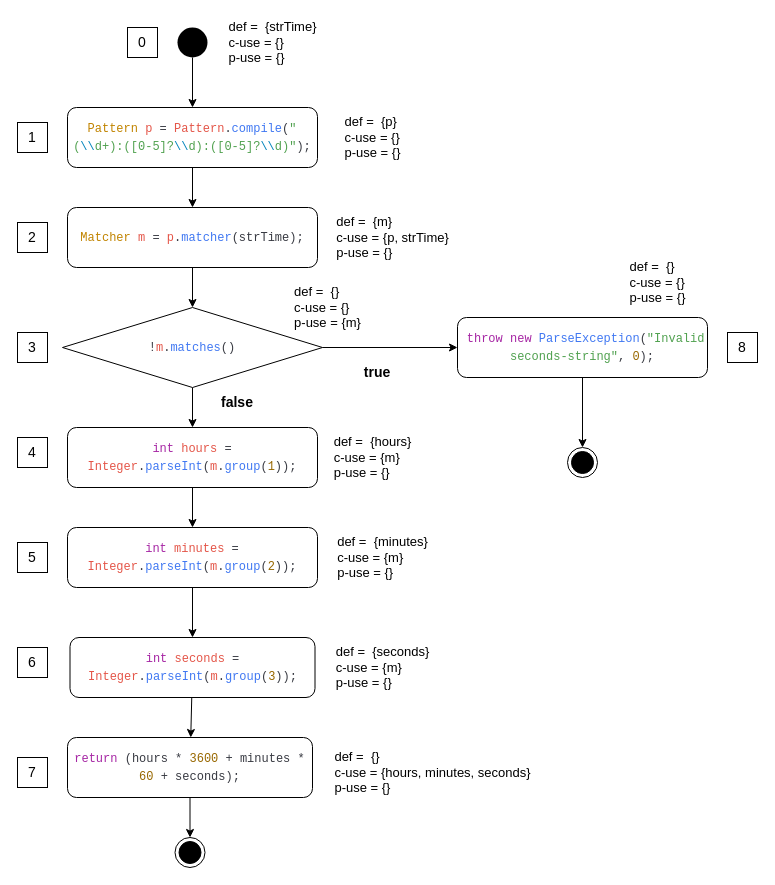
The draw.io diagram page "Page-1" (1 of 6) of docs/08_assignment/figures/parseSeconds.drawio in Jumaruba/jtimesched, before the edit. Source tidied: cells renumbered, new cells numbered last; positions are measured from the earlier drawing's top-left corner, leaving out a move shared by most shapes. Both pictures are drawn from the tidied source at 100%, with x=0, y=0 at pixel (17, 17).
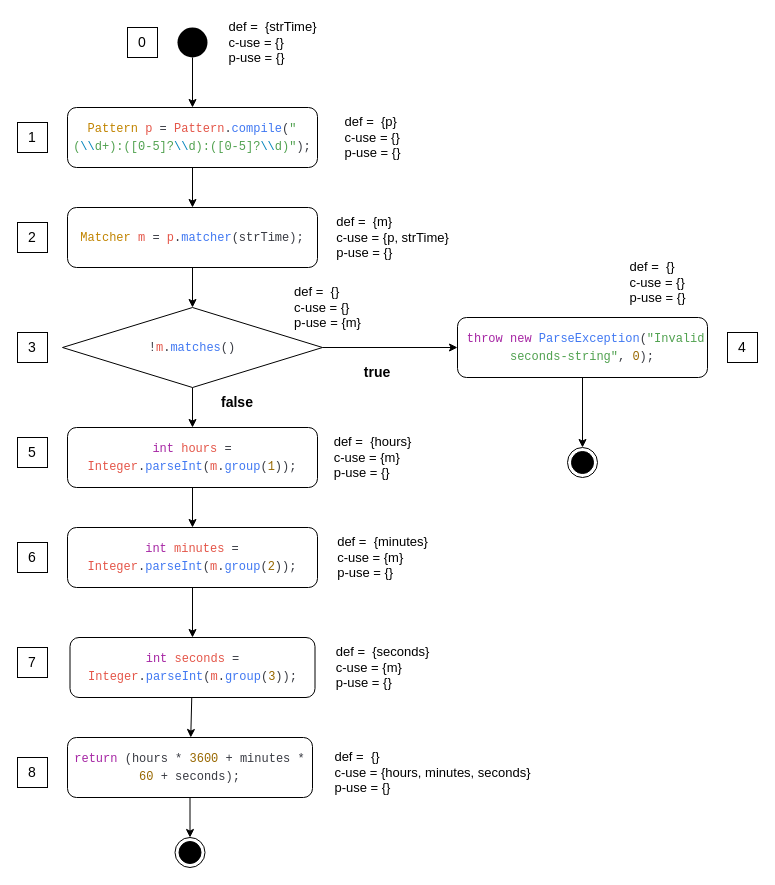
The same page after the edit.

Commit message (it also covers changes not shown here):
parseSeconds dataflow testing diagrams

Diff of the diagram source:
```diff
@@
-    <mxCell id="29" value="&lt;span style=&quot;font-size: 14px&quot;&gt;4&lt;/span&gt;" style="text;html=1;strokeColor=default;fillColor=none;align=center;verticalAlign=middle;whiteSpace=wrap;rounded=0;" parent="1" vertex="1">
+    <mxCell id="29" value="&lt;span style=&quot;font-size: 14px&quot;&gt;5&lt;/span&gt;" style="text;html=1;strokeColor=default;fillColor=none;align=center;verticalAlign=middle;whiteSpace=wrap;rounded=0;" parent="1" vertex="1">
       <mxGeometry y="420" width="30" height="30" as="geometry" />
     </mxCell>
-    <mxCell id="30" value="&lt;span style=&quot;font-size: 14px&quot;&gt;5&lt;/span&gt;" style="text;html=1;strokeColor=default;fillColor=none;align=center;verticalAlign=middle;whiteSpace=wrap;rounded=0;" parent="1" vertex="1">
+    <mxCell id="30" value="&lt;span style=&quot;font-size: 14px&quot;&gt;6&lt;/span&gt;" style="text;html=1;strokeColor=default;fillColor=none;align=center;verticalAlign=middle;whiteSpace=wrap;rounded=0;" parent="1" vertex="1">
       <mxGeometry y="525" width="30" height="30" as="geometry" />
     </mxCell>
-    <mxCell id="31" value="&lt;span style=&quot;font-size: 14px&quot;&gt;6&lt;/span&gt;" style="text;html=1;strokeColor=default;fillColor=none;align=center;verticalAlign=middle;whiteSpace=wrap;rounded=0;" parent="1" vertex="1">
+    <mxCell id="31" value="&lt;span style=&quot;font-size: 14px&quot;&gt;7&lt;/span&gt;" style="text;html=1;strokeColor=default;fillColor=none;align=center;verticalAlign=middle;whiteSpace=wrap;rounded=0;" parent="1" vertex="1">
       <mxGeometry y="630" width="30" height="30" as="geometry" />
     </mxCell>
-    <mxCell id="32" value="&lt;span style=&quot;font-size: 14px&quot;&gt;8&lt;/span&gt;" style="text;html=1;strokeColor=default;fillColor=none;align=center;verticalAlign=middle;whiteSpace=wrap;rounded=0;" parent="1" vertex="1">
+    <mxCell id="32" value="&lt;span style=&quot;font-size: 14px&quot;&gt;4&lt;/span&gt;" style="text;html=1;strokeColor=default;fillColor=none;align=center;verticalAlign=middle;whiteSpace=wrap;rounded=0;" parent="1" vertex="1">
       <mxGeometry x="710" y="315" width="30" height="30" as="geometry" />
     </mxCell>
@@
-    <mxCell id="42" value="&lt;span style=&quot;font-size: 14px&quot;&gt;7&lt;/span&gt;" style="text;html=1;strokeColor=default;fillColor=none;align=center;verticalAlign=middle;whiteSpace=wrap;rounded=0;" parent="1" vertex="1">
+    <mxCell id="42" value="&lt;span style=&quot;font-size: 14px&quot;&gt;8&lt;/span&gt;" style="text;html=1;strokeColor=default;fillColor=none;align=center;verticalAlign=middle;whiteSpace=wrap;rounded=0;" parent="1" vertex="1">
       <mxGeometry y="740" width="30" height="30" as="geometry" />
     </mxCell>
```
